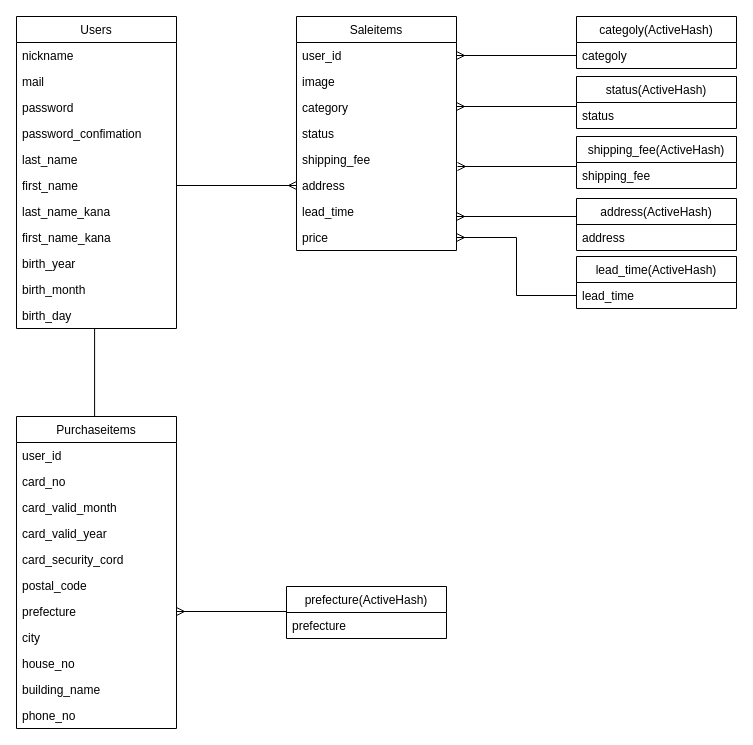
Before: table.dio in KudouTom171/furima-33368, a draw.io diagram. Source tidied: cells renumbered, new cells numbered last; positions are measured from the earlier drawing's top-left corner, leaving out a move shared by most shapes. Both pictures are drawn from the tidied source at 100%, with x=0, y=0 at pixel (16, 16).
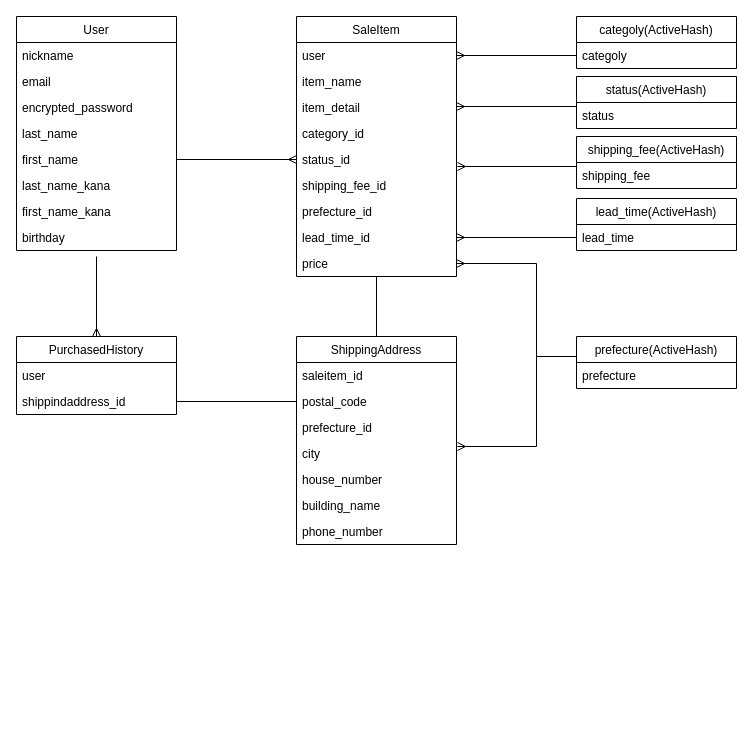
The same diagram, later.

Commit message (it also covers changes not shown here):
アソシエーション、購入記録モデル追加、他内容修正

Unchanged cells that the change refers to:
```xml
<mxCell id="46" value="lead_time" style="text;strokeColor=none;fillColor=none;align=left;verticalAlign=top;spacingLeft=4;spacingRight=4;overflow=hidden;points=[[0,0.5],[1,0.5]];portConstraint=eastwest;" parent="45" vertex="1">
  <mxGeometry y="26" width="160" height="26" as="geometry" />
</mxCell>
<mxCell id="48" value="prefecture" style="text;strokeColor=none;fillColor=none;align=left;verticalAlign=top;spacingLeft=4;spacingRight=4;overflow=hidden;points=[[0,0.5],[1,0.5]];portConstraint=eastwest;" parent="47" vertex="1">
  <mxGeometry y="26" width="160" height="26" as="geometry" />
</mxCell>
```

Change to the diagram source:
```diff
@@
-    <mxCell id="2" value="Users" style="swimlane;fontStyle=0;horizontal=1;startSize=26;fillColor=none;" parent="1" vertex="1">
-      <mxGeometry width="160" height="312" as="geometry" />
+    <mxCell id="2" value="User" style="swimlane;fontStyle=0;horizontal=1;startSize=26;fillColor=none;" parent="1" vertex="1">
+      <mxGeometry width="160" height="234" as="geometry" />
     </mxCell>
@@
-    <mxCell id="4" value="mail" style="text;strokeColor=none;fillColor=none;align=left;verticalAlign=top;spacingLeft=4;spacingRight=4;overflow=hidden;" parent="2" vertex="1">
+    <mxCell id="4" value="email" style="text;strokeColor=none;fillColor=none;align=left;verticalAlign=top;spacingLeft=4;spacingRight=4;overflow=hidden;" parent="2" vertex="1">
       <mxGeometry y="52" width="160" height="26" as="geometry" />
     </mxCell>
-    <mxCell id="5" value="password" style="text;strokeColor=none;fillColor=none;align=left;verticalAlign=top;spacingLeft=4;spacingRight=4;overflow=hidden;" parent="2" vertex="1">
+    <mxCell id="5" value="encrypted_password" style="text;strokeColor=none;fillColor=none;align=left;verticalAlign=top;spacingLeft=4;spacingRight=4;overflow=hidden;" parent="2" vertex="1">
       <mxGeometry y="78" width="160" height="26" as="geometry" />
     </mxCell>
-    <mxCell id="6" value="password_confimation" style="text;strokeColor=none;fillColor=none;align=left;verticalAlign=top;spacingLeft=4;spacingRight=4;overflow=hidden;" parent="2" vertex="1">
-      <mxGeometry y="104" width="160" height="26" as="geometry" />
-    </mxCell>
     <mxCell id="7" value="last_name" style="text;strokeColor=none;fillColor=none;align=left;verticalAlign=top;spacingLeft=4;spacingRight=4;overflow=hidden;points=[[0,0.5],[1,0.5]];portConstraint=eastwest;" parent="2" vertex="1">
-      <mxGeometry y="130" width="160" height="26" as="geometry" />
+      <mxGeometry y="104" width="160" height="26" as="geometry" />
     </mxCell>
     <mxCell id="8" value="first_name" style="text;strokeColor=none;fillColor=none;align=left;verticalAlign=top;spacingLeft=4;spacingRight=4;overflow=hidden;points=[[0,0.5],[1,0.5]];portConstraint=eastwest;" parent="2" vertex="1">
-      <mxGeometry y="156" width="160" height="26" as="geometry" />
+      <mxGeometry y="130" width="160" height="26" as="geometry" />
     </mxCell>
     <mxCell id="9" value="last_name_kana" style="text;strokeColor=none;fillColor=none;align=left;verticalAlign=top;spacingLeft=4;spacingRight=4;overflow=hidden;" parent="2" vertex="1">
-      <mxGeometry y="182" width="160" height="26" as="geometry" />
+      <mxGeometry y="156" width="160" height="26" as="geometry" />
     </mxCell>
     <mxCell id="10" value="first_name_kana" style="text;strokeColor=none;fillColor=none;align=left;verticalAlign=top;spacingLeft=4;spacingRight=4;overflow=hidden;" parent="2" vertex="1">
-      <mxGeometry y="208" width="160" height="26" as="geometry" />
+      <mxGeometry y="182" width="160" height="26" as="geometry" />
     </mxCell>
-    <mxCell id="11" value="birth_year" style="text;strokeColor=none;fillColor=none;align=left;verticalAlign=top;spacingLeft=4;spacingRight=4;overflow=hidden;" parent="2" vertex="1">
-      <mxGeometry y="234" width="160" height="26" as="geometry" />
+    <mxCell id="11" value="birthday" style="text;strokeColor=none;fillColor=none;align=left;verticalAlign=top;spacingLeft=4;spacingRight=4;overflow=hidden;" parent="2" vertex="1">
+      <mxGeometry y="208" width="160" height="26" as="geometry" />
     </mxCell>
-    <mxCell id="12" value="birth_month" style="text;strokeColor=none;fillColor=none;align=left;verticalAlign=top;spacingLeft=4;spacingRight=4;overflow=hidden;" parent="2" vertex="1">
-      <mxGeometry y="260" width="160" height="26" as="geometry" />
-    </mxCell>
-    <mxCell id="13" value="birth_day" style="text;strokeColor=none;fillColor=none;align=left;verticalAlign=top;spacingLeft=4;spacingRight=4;overflow=hidden;" parent="2" vertex="1">
-      <mxGeometry y="286" width="160" height="26" as="geometry" />
-    </mxCell>
@@
-    <mxCell id="15" style="edgeStyle=orthogonalEdgeStyle;rounded=0;orthogonalLoop=1;jettySize=auto;html=1;exitX=0.5;exitY=0;exitDx=0;exitDy=0;endArrow=none;endFill=0;entryX=0.488;entryY=1;entryDx=0;entryDy=0;entryPerimeter=0;" parent="1" edge="1">
-      <mxGeometry relative="1" as="geometry">
-        <mxPoint x="80" y="400" as="sourcePoint" />
-        <mxPoint x="78.1" y="312" as="targetPoint" />
-        <Array as="points">
-          <mxPoint x="78" y="400" />
-        </Array>
-      </mxGeometry>
-    </mxCell>
+    <mxCell id="56" style="edgeStyle=orthogonalEdgeStyle;rounded=0;jettySize=auto;html=1;exitX=0.5;exitY=0;exitDx=0;exitDy=0;entryX=0.5;entryY=1;entryDx=0;entryDy=0;startArrow=none;startFill=0;endArrow=none;endFill=0;" parent="1" edge="1" source="16" target="28">
+      <mxGeometry relative="1" as="geometry" />
+    </mxCell>
-    <mxCell id="16" value="Purchaseitems" style="swimlane;fontStyle=0;horizontal=1;startSize=26;fillColor=none;" parent="1" vertex="1">
-      <mxGeometry y="400" width="160" height="312" as="geometry" />
+    <mxCell id="16" value="ShippingAddress" style="swimlane;fontStyle=0;horizontal=1;startSize=26;fillColor=none;" parent="1" vertex="1">
+      <mxGeometry x="280" y="320" width="160" height="208" as="geometry" />
     </mxCell>
-    <mxCell id="17" value="user_id" style="text;strokeColor=none;fillColor=none;align=left;verticalAlign=top;spacingLeft=4;spacingRight=4;overflow=hidden;" parent="16" vertex="1">
-      <mxGeometry y="26" width="160" height="26" as="geometry" />
-    </mxCell>
-    <mxCell id="18" value="card_no" style="text;strokeColor=none;fillColor=none;align=left;verticalAlign=top;spacingLeft=4;spacingRight=4;overflow=hidden;" parent="16" vertex="1">
-      <mxGeometry y="52" width="160" height="26" as="geometry" />
-    </mxCell>
-    <mxCell id="19" value="card_valid_month" style="text;strokeColor=none;fillColor=none;align=left;verticalAlign=top;spacingLeft=4;spacingRight=4;overflow=hidden;" parent="16" vertex="1">
-      <mxGeometry y="78" width="160" height="26" as="geometry" />
-    </mxCell>
-    <mxCell id="20" value="card_valid_year" style="text;strokeColor=none;fillColor=none;align=left;verticalAlign=top;spacingLeft=4;spacingRight=4;overflow=hidden;" parent="16" vertex="1">
-      <mxGeometry y="104" width="160" height="26" as="geometry" />
-    </mxCell>
-    <mxCell id="21" value="card_security_cord" style="text;strokeColor=none;fillColor=none;align=left;verticalAlign=top;spacingLeft=4;spacingRight=4;overflow=hidden;" parent="16" vertex="1">
-      <mxGeometry y="130" width="160" height="26" as="geometry" />
-    </mxCell>
+    <mxCell id="57" value="saleitem_id" style="text;strokeColor=none;fillColor=none;align=left;verticalAlign=top;spacingLeft=4;spacingRight=4;overflow=hidden;" parent="16" vertex="1">
+      <mxGeometry y="26" width="160" height="26" as="geometry" />
+    </mxCell>
     <mxCell id="22" value="postal_code" style="text;strokeColor=none;fillColor=none;align=left;verticalAlign=top;spacingLeft=4;spacingRight=4;overflow=hidden;" parent="16" vertex="1">
-      <mxGeometry y="156" width="160" height="26" as="geometry" />
+      <mxGeometry y="52" width="160" height="26" as="geometry" />
     </mxCell>
-    <mxCell id="23" value="prefecture" style="text;strokeColor=none;fillColor=none;align=left;verticalAlign=top;spacingLeft=4;spacingRight=4;overflow=hidden;points=[[0,0.5],[1,0.5]];portConstraint=eastwest;" parent="16" vertex="1">
-      <mxGeometry y="182" width="160" height="26" as="geometry" />
+    <mxCell id="23" value="prefecture_id" style="text;strokeColor=none;fillColor=none;align=left;verticalAlign=top;spacingLeft=4;spacingRight=4;overflow=hidden;points=[[0,0.5],[1,0.5]];portConstraint=eastwest;" parent="16" vertex="1">
+      <mxGeometry y="78" width="160" height="26" as="geometry" />
     </mxCell>
     <mxCell id="24" value="city" style="text;strokeColor=none;fillColor=none;align=left;verticalAlign=top;spacingLeft=4;spacingRight=4;overflow=hidden;" parent="16" vertex="1">
-      <mxGeometry y="208" width="160" height="26" as="geometry" />
+      <mxGeometry y="104" width="160" height="26" as="geometry" />
     </mxCell>
-    <mxCell id="25" value="house_no" style="text;strokeColor=none;fillColor=none;align=left;verticalAlign=top;spacingLeft=4;spacingRight=4;overflow=hidden;" parent="16" vertex="1">
-      <mxGeometry y="234" width="160" height="26" as="geometry" />
+    <mxCell id="25" value="house_number" style="text;strokeColor=none;fillColor=none;align=left;verticalAlign=top;spacingLeft=4;spacingRight=4;overflow=hidden;" parent="16" vertex="1">
+      <mxGeometry y="130" width="160" height="26" as="geometry" />
     </mxCell>
     <mxCell id="26" value="building_name" style="text;strokeColor=none;fillColor=none;align=left;verticalAlign=top;spacingLeft=4;spacingRight=4;overflow=hidden;" parent="16" vertex="1">
-      <mxGeometry y="260" width="160" height="26" as="geometry" />
+      <mxGeometry y="156" width="160" height="26" as="geometry" />
     </mxCell>
-    <mxCell id="27" value="phone_no" style="text;strokeColor=none;fillColor=none;align=left;verticalAlign=top;spacingLeft=4;spacingRight=4;overflow=hidden;" parent="16" vertex="1">
-      <mxGeometry y="286" width="160" height="26" as="geometry" />
+    <mxCell id="27" value="phone_number" style="text;strokeColor=none;fillColor=none;align=left;verticalAlign=top;spacingLeft=4;spacingRight=4;overflow=hidden;" parent="16" vertex="1">
+      <mxGeometry y="182" width="160" height="26" as="geometry" />
     </mxCell>
-    <mxCell id="28" value="Saleitems" style="swimlane;fontStyle=0;horizontal=1;startSize=26;fillColor=none;" parent="1" vertex="1">
-      <mxGeometry x="280" width="160" height="234" as="geometry" />
+    <mxCell id="28" value="SaleItem" style="swimlane;fontStyle=0;horizontal=1;startSize=26;fillColor=none;" parent="1" vertex="1">
+      <mxGeometry x="280" width="160" height="260" as="geometry" />
     </mxCell>
-    <mxCell id="29" value="user_id" style="text;strokeColor=none;fillColor=none;align=left;verticalAlign=top;spacingLeft=4;spacingRight=4;overflow=hidden;points=[[0,0.5],[1,0.5]];portConstraint=eastwest;" parent="28" vertex="1">
+    <mxCell id="29" value="user" style="text;strokeColor=none;fillColor=none;align=left;verticalAlign=top;spacingLeft=4;spacingRight=4;overflow=hidden;points=[[0,0.5],[1,0.5]];portConstraint=eastwest;" parent="28" vertex="1">
       <mxGeometry y="26" width="160" height="26" as="geometry" />
     </mxCell>
-    <mxCell id="30" value="image" style="text;strokeColor=none;fillColor=none;align=left;verticalAlign=top;spacingLeft=4;spacingRight=4;overflow=hidden;" parent="28" vertex="1">
-      <mxGeometry y="52" width="160" height="26" as="geometry" />
-    </mxCell>
+    <mxCell id="58" value="item_name" style="text;strokeColor=none;fillColor=none;align=left;verticalAlign=top;spacingLeft=4;spacingRight=4;overflow=hidden;" parent="28" vertex="1">
+      <mxGeometry y="52" width="160" height="26" as="geometry" />
+    </mxCell>
+    <mxCell id="36" value="item_detail" style="text;strokeColor=none;fillColor=none;align=left;verticalAlign=top;spacingLeft=4;spacingRight=4;overflow=hidden;points=[[0,0.5],[1,0.5]];portConstraint=eastwest;" parent="28" vertex="1">
+      <mxGeometry y="78" width="160" height="26" as="geometry" />
+    </mxCell>
-    <mxCell id="31" value="category" style="text;strokeColor=none;fillColor=none;align=left;verticalAlign=top;spacingLeft=4;spacingRight=4;overflow=hidden;" parent="28" vertex="1">
-      <mxGeometry y="78" width="160" height="26" as="geometry" />
+    <mxCell id="31" value="category_id" style="text;strokeColor=none;fillColor=none;align=left;verticalAlign=top;spacingLeft=4;spacingRight=4;overflow=hidden;" parent="28" vertex="1">
+      <mxGeometry y="104" width="160" height="26" as="geometry" />
     </mxCell>
-    <mxCell id="32" value="status" style="text;strokeColor=none;fillColor=none;align=left;verticalAlign=top;spacingLeft=4;spacingRight=4;overflow=hidden;" parent="28" vertex="1">
-      <mxGeometry y="104" width="160" height="26" as="geometry" />
+    <mxCell id="32" value="status_id" style="text;strokeColor=none;fillColor=none;align=left;verticalAlign=top;spacingLeft=4;spacingRight=4;overflow=hidden;" parent="28" vertex="1">
+      <mxGeometry y="130" width="160" height="26" as="geometry" />
     </mxCell>
-    <mxCell id="33" value="shipping_fee" style="text;strokeColor=none;fillColor=none;align=left;verticalAlign=top;spacingLeft=4;spacingRight=4;overflow=hidden;" parent="28" vertex="1">
-      <mxGeometry y="130" width="160" height="26" as="geometry" />
+    <mxCell id="33" value="shipping_fee_id" style="text;strokeColor=none;fillColor=none;align=left;verticalAlign=top;spacingLeft=4;spacingRight=4;overflow=hidden;" parent="28" vertex="1">
+      <mxGeometry y="156" width="160" height="26" as="geometry" />
     </mxCell>
-    <mxCell id="34" value="address" style="text;strokeColor=none;fillColor=none;align=left;verticalAlign=top;spacingLeft=4;spacingRight=4;overflow=hidden;points=[[0,0.5],[1,0.5]];portConstraint=eastwest;" parent="28" vertex="1">
-      <mxGeometry y="156" width="160" height="26" as="geometry" />
+    <mxCell id="34" value="prefecture_id" style="text;strokeColor=none;fillColor=none;align=left;verticalAlign=top;spacingLeft=4;spacingRight=4;overflow=hidden;points=[[0,0.5],[1,0.5]];portConstraint=eastwest;" parent="28" vertex="1">
+      <mxGeometry y="182" width="160" height="26" as="geometry" />
     </mxCell>
-    <mxCell id="35" value="lead_time" style="text;strokeColor=none;fillColor=none;align=left;verticalAlign=top;spacingLeft=4;spacingRight=4;overflow=hidden;" parent="28" vertex="1">
-      <mxGeometry y="182" width="160" height="26" as="geometry" />
+    <mxCell id="35" value="lead_time_id" style="text;strokeColor=none;fillColor=none;align=left;verticalAlign=top;spacingLeft=4;spacingRight=4;overflow=hidden;" parent="28" vertex="1">
+      <mxGeometry y="208" width="160" height="26" as="geometry" />
     </mxCell>
-    <mxCell id="36" value="price" style="text;strokeColor=none;fillColor=none;align=left;verticalAlign=top;spacingLeft=4;spacingRight=4;overflow=hidden;points=[[0,0.5],[1,0.5]];portConstraint=eastwest;" parent="28" vertex="1">
-      <mxGeometry y="208" width="160" height="26" as="geometry" />
-    </mxCell>
+    <mxCell id="59" value="price" style="text;strokeColor=none;fillColor=none;align=left;verticalAlign=top;spacingLeft=4;spacingRight=4;overflow=hidden;points=[[0,0.5],[1,0.5]];portConstraint=eastwest;" parent="28" vertex="1">
+      <mxGeometry y="234" width="160" height="26" as="geometry" />
+    </mxCell>
@@
-    <mxCell id="43" value="address(ActiveHash)" style="swimlane;fontStyle=0;horizontal=1;startSize=26;fillColor=none;" parent="1" vertex="1">
-      <mxGeometry x="560" y="182" width="160" height="52" as="geometry" />
-    </mxCell>
-    <mxCell id="44" value="address" style="text;strokeColor=none;fillColor=none;align=left;verticalAlign=top;spacingLeft=4;spacingRight=4;overflow=hidden;points=[[0,0.5],[1,0.5]];portConstraint=eastwest;" parent="43" vertex="1">
-      <mxGeometry y="26" width="160" height="26" as="geometry" />
-    </mxCell>
     <mxCell id="45" value="lead_time(ActiveHash)" style="swimlane;fontStyle=0;horizontal=1;startSize=26;fillColor=none;" parent="1" vertex="1">
-      <mxGeometry x="560" y="240" width="160" height="52" as="geometry" />
+      <mxGeometry x="560" y="182" width="160" height="52" as="geometry" />
     </mxCell>
@@
+    <mxCell id="60" style="edgeStyle=orthogonalEdgeStyle;rounded=0;jettySize=auto;html=1;endArrow=ERmany;endFill=0;entryX=1;entryY=0.5;entryDx=0;entryDy=0;" parent="1" edge="1" target="59">
+      <mxGeometry relative="1" as="geometry">
+        <mxPoint x="520" y="340" as="sourcePoint" />
+        <Array as="points">
+          <mxPoint x="520" y="247" />
+        </Array>
+      </mxGeometry>
+    </mxCell>
     <mxCell id="47" value="prefecture(ActiveHash)" style="swimlane;fontStyle=0;horizontal=1;startSize=26;fillColor=none;" parent="1" vertex="1">
-      <mxGeometry x="270" y="570" width="160" height="52" as="geometry" />
+      <mxGeometry x="560" y="320" width="160" height="52" as="geometry" />
     </mxCell>
@@
-    <mxCell id="49" style="edgeStyle=orthogonalEdgeStyle;rounded=0;jettySize=auto;html=1;entryX=0;entryY=0.5;entryDx=0;entryDy=0;endArrow=ERmany;endFill=0;" parent="1" edge="1" source="8" target="34">
-      <mxGeometry relative="1" as="geometry" />
+    <mxCell id="49" style="edgeStyle=orthogonalEdgeStyle;rounded=0;jettySize=auto;html=1;endArrow=ERmany;endFill=0;" parent="1" edge="1" source="8">
+      <mxGeometry relative="1" as="geometry">
+        <mxPoint x="280" y="143" as="targetPoint" />
+        <Array as="points">
+          <mxPoint x="280" y="143" />
+        </Array>
+      </mxGeometry>
     </mxCell>
-    <mxCell id="50" style="edgeStyle=orthogonalEdgeStyle;rounded=0;jettySize=auto;html=1;exitX=0;exitY=0.5;exitDx=0;exitDy=0;entryX=1;entryY=0.5;entryDx=0;entryDy=0;endArrow=ERmany;endFill=0;" parent="1" edge="1" source="48" target="23">
+    <mxCell id="50" style="edgeStyle=orthogonalEdgeStyle;rounded=0;jettySize=auto;html=1;exitX=0;exitY=0.5;exitDx=0;exitDy=0;endArrow=ERmany;endFill=0;" parent="1" edge="1" source="48">
       <mxGeometry relative="1" as="geometry">
+        <mxPoint x="441" y="430" as="targetPoint" />
         <Array as="points">
-          <mxPoint x="270" y="595" />
+          <mxPoint x="560" y="340" />
+          <mxPoint x="520" y="340" />
+          <mxPoint x="520" y="430" />
         </Array>
       </mxGeometry>
     </mxCell>
@@
-    <mxCell id="54" style="edgeStyle=orthogonalEdgeStyle;rounded=0;jettySize=auto;html=1;exitX=0;exitY=0.5;exitDx=0;exitDy=0;endArrow=ERmany;endFill=0;" parent="1" edge="1" source="44">
-      <mxGeometry relative="1" as="geometry">
-        <mxPoint x="440" y="200" as="targetPoint" />
-        <Array as="points">
-          <mxPoint x="560" y="200" />
-          <mxPoint x="440" y="200" />
-        </Array>
-      </mxGeometry>
-    </mxCell>
-    <mxCell id="55" style="edgeStyle=orthogonalEdgeStyle;rounded=0;jettySize=auto;html=1;exitX=0;exitY=0.5;exitDx=0;exitDy=0;entryX=1;entryY=0.5;entryDx=0;entryDy=0;endArrow=ERmany;endFill=0;" parent="1" edge="1" source="46" target="36">
-      <mxGeometry relative="1" as="geometry" />
+    <mxCell id="55" style="edgeStyle=orthogonalEdgeStyle;rounded=0;jettySize=auto;html=1;exitX=0;exitY=0.5;exitDx=0;exitDy=0;endArrow=ERmany;endFill=0;" parent="1" edge="1" source="46">
+      <mxGeometry relative="1" as="geometry">
+        <mxPoint x="440" y="221" as="targetPoint" />
+        <Array as="points">
+          <mxPoint x="440" y="221" />
+        </Array>
+      </mxGeometry>
     </mxCell>
+    <mxCell id="61" style="edgeStyle=orthogonalEdgeStyle;rounded=0;jettySize=auto;html=1;startArrow=ERmany;startFill=0;endArrow=none;endFill=0;" parent="1" edge="1" source="62">
+      <mxGeometry relative="1" as="geometry">
+        <mxPoint x="80" y="240" as="targetPoint" />
+      </mxGeometry>
+    </mxCell>
+    <mxCell id="62" value="PurchasedHistory" style="swimlane;fontStyle=0;horizontal=1;startSize=26;fillColor=none;" parent="1" vertex="1">
+      <mxGeometry y="320" width="160" height="78" as="geometry" />
+    </mxCell>
+    <mxCell id="63" value="user" style="text;strokeColor=none;fillColor=none;align=left;verticalAlign=top;spacingLeft=4;spacingRight=4;overflow=hidden;" parent="62" vertex="1">
+      <mxGeometry y="26" width="160" height="26" as="geometry" />
+    </mxCell>
+    <mxCell id="64" value="shippindaddress_id" style="text;strokeColor=none;fillColor=none;align=left;verticalAlign=top;spacingLeft=4;spacingRight=4;overflow=hidden;points=[[0,0.5],[1,0.5]];portConstraint=eastwest;" parent="62" vertex="1">
+      <mxGeometry y="52" width="160" height="26" as="geometry" />
+    </mxCell>
+    <mxCell id="65" style="edgeStyle=orthogonalEdgeStyle;rounded=0;jettySize=auto;html=1;entryX=1;entryY=0.5;entryDx=0;entryDy=0;startArrow=none;startFill=0;endArrow=none;endFill=0;" parent="1" edge="1" target="64">
+      <mxGeometry relative="1" as="geometry">
+        <mxPoint x="280" y="385" as="sourcePoint" />
+        <Array as="points">
+          <mxPoint x="280" y="385" />
+        </Array>
+      </mxGeometry>
+    </mxCell>
```
